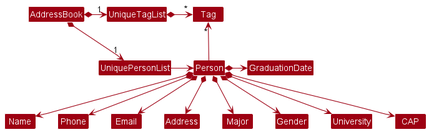
nus-cs2103-AY2223S1/tp keeps this PlantUML diagram as docs/images/BetterModelClassDiagram.png. Above is the earlier version.
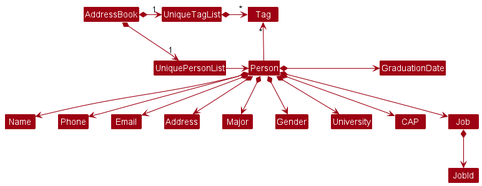
Above is the later version.

Commit message:
Update UML diagrams to include Job and JobId attributes

The edit, as a diff of the source:
```diff
@@ -23,4 +23,8 @@
 Person *--> Gender
 Person *--> University
 Person *--> CAP
+Person *-> Job
+Job *--> JobId
+
+GraduationDate -[hidden]down- Job
 @enduml
```
